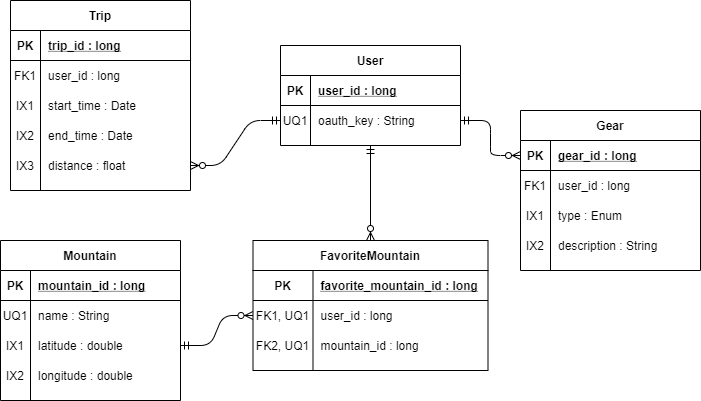
This is docs/img/sno-erd.png from JonahRodriguez281/sno, a draw.io export, as it was before one commit. Source tidied: cells renumbered, new cells last; positions are measured from the earlier drawing's top-left corner, leaving out a move shared by most shapes.
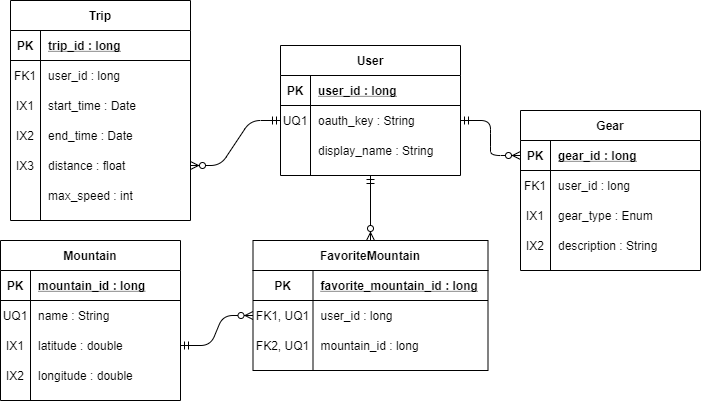
The same diagram one commit later.

Commit message:
Updated ERD/Wireframes

The edit, as a diff of the source:
```diff
@@ -41,10 +41,10 @@
     <mxCell id="14" value="longitude : double" style="shape=partialRectangle;fillColor=none;top=0;left=0;bottom=0;right=0;align=left;spacingLeft=6;overflow=hidden;" parent="12" vertex="1">
       <mxGeometry x="30" width="150" height="30" as="geometry" />
     </mxCell>
-    <mxCell id="15" style="edgeStyle=entityRelationEdgeStyle;fontSize=12;html=1;endArrow=ERzeroToMany;startArrow=ERmandOne;entryX=0;entryY=0.5;entryDx=0;entryDy=0;exitX=1;exitY=0.5;exitDx=0;exitDy=0;" parent="1" edge="1" source="49" target="53">
+    <mxCell id="15" style="edgeStyle=entityRelationEdgeStyle;fontSize=12;html=1;endArrow=ERzeroToMany;startArrow=ERmandOne;entryX=0;entryY=0.5;entryDx=0;entryDy=0;exitX=1;exitY=0.5;exitDx=0;exitDy=0;" parent="1" edge="1" source="52" target="59">
       <mxGeometry relative="1" as="geometry" />
     </mxCell>
-    <mxCell id="16" style="fontSize=12;html=1;endArrow=ERzeroToMany;startArrow=ERmandOne;exitX=0.5;exitY=1;exitDx=0;exitDy=0;entryX=0.5;entryY=0;entryDx=0;entryDy=0;endFill=1;" parent="1" edge="1" source="45" target="18">
+    <mxCell id="16" style="fontSize=12;html=1;endArrow=ERzeroToMany;startArrow=ERmandOne;exitX=0.5;exitY=1;exitDx=0;exitDy=0;entryX=0.5;entryY=0;entryDx=0;entryDy=0;endFill=1;" parent="1" edge="1" source="48" target="18">
       <mxGeometry relative="1" as="geometry" />
     </mxCell>
     <mxCell id="17" style="edgeStyle=entityRelationEdgeStyle;fontSize=12;html=1;endArrow=ERzeroToMany;startArrow=ERmandOne;entryX=0;entryY=0.5;entryDx=0;entryDy=0;exitX=1;exitY=0.5;exitDx=0;exitDy=0;endFill=1;" parent="1" edge="1" source="9" target="22">
@@ -81,7 +81,7 @@
       <mxGeometry x="60" width="175" height="30" as="geometry" />
     </mxCell>
     <mxCell id="28" value="Trip" style="shape=table;startSize=30;rowLines=0;fontStyle=1;align=center;" parent="1" vertex="1">
-      <mxGeometry x="10" width="180" height="190" as="geometry" />
+      <mxGeometry x="10" width="180" height="220" as="geometry" />
     </mxCell>
     <mxCell id="29" style="shape=partialRectangle;fillColor=none;top=0;left=0;bottom=1;right=0;" parent="28" vertex="1">
       <mxGeometry y="30" width="180" height="30" as="geometry" />
@@ -128,68 +128,86 @@
     <mxCell id="43" value="distance : float" style="shape=partialRectangle;fillColor=none;top=0;left=0;bottom=0;right=0;align=left;spacingLeft=6;overflow=hidden;" parent="41" vertex="1">
       <mxGeometry x="30" width="150" height="30" as="geometry" />
     </mxCell>
-    <mxCell id="44" style="edgeStyle=entityRelationEdgeStyle;fontSize=12;html=1;endArrow=ERzeroToMany;startArrow=ERmandOne;exitX=0;exitY=0.5;exitDx=0;exitDy=0;entryX=1;entryY=0.5;entryDx=0;entryDy=0;endFill=1;" parent="1" edge="1" source="49" target="41">
-      <mxGeometry relative="1" as="geometry" />
+    <mxCell id="44" style="shape=partialRectangle;fillColor=none;top=0;left=0;bottom=0;right=0;" parent="28" vertex="1">
+      <mxGeometry y="180" width="180" height="30" as="geometry" />
     </mxCell>
-    <mxCell id="45" value="User" style="shape=table;startSize=30;rowLines=0;fontStyle=1;align=center;" parent="1" vertex="1">
-      <mxGeometry x="280" y="45" width="180" height="100" as="geometry" />
+    <mxCell id="45" style="shape=partialRectangle;fillColor=none;top=0;left=0;bottom=0;right=0;overflow=hidden;" parent="44" vertex="1">
+      <mxGeometry width="30" height="30" as="geometry" />
     </mxCell>
-    <mxCell id="46" style="shape=partialRectangle;fillColor=none;top=0;left=0;bottom=1;right=0;" parent="45" vertex="1">
-      <mxGeometry y="30" width="180" height="30" as="geometry" />
+    <mxCell id="46" value="max_speed : int" style="shape=partialRectangle;fillColor=none;top=0;left=0;bottom=0;right=0;align=left;spacingLeft=6;overflow=hidden;" parent="44" vertex="1">
+      <mxGeometry x="30" width="150" height="30" as="geometry" />
     </mxCell>
-    <mxCell id="47" value="PK" style="shape=partialRectangle;fillColor=none;top=0;left=0;bottom=0;right=0;fontStyle=1;overflow=hidden;" parent="46" vertex="1">
-      <mxGeometry width="30" height="30" as="geometry" />
+    <mxCell id="47" style="edgeStyle=entityRelationEdgeStyle;fontSize=12;html=1;endArrow=ERzeroToMany;startArrow=ERmandOne;exitX=0;exitY=0.5;exitDx=0;exitDy=0;entryX=1;entryY=0.5;entryDx=0;entryDy=0;endFill=1;" parent="1" edge="1" source="52" target="41">
+      <mxGeometry relative="1" as="geometry" />
     </mxCell>
-    <mxCell id="48" value="user_id : long" style="shape=partialRectangle;fillColor=none;top=0;left=0;bottom=0;right=0;align=left;spacingLeft=6;fontStyle=5;overflow=hidden;" parent="46" vertex="1">
-      <mxGeometry x="30" width="150" height="30" as="geometry" />
+    <mxCell id="48" value="User" style="shape=table;startSize=30;rowLines=0;fontStyle=1;align=center;" parent="1" vertex="1">
+      <mxGeometry x="280" y="45" width="180" height="130" as="geometry" />
     </mxCell>
-    <mxCell id="49" style="shape=partialRectangle;fillColor=none;top=0;left=0;bottom=0;right=0;points=[[0,0.5],[1,0.5]];portConstraint=eastwest;" parent="45" vertex="1">
-      <mxGeometry y="60" width="180" height="30" as="geometry" />
+    <mxCell id="49" style="shape=partialRectangle;fillColor=none;top=0;left=0;bottom=1;right=0;points=[[0,0.5],[1,0.5]];portConstraint=eastwest;" parent="48" vertex="1">
+      <mxGeometry y="30" width="180" height="30" as="geometry" />
     </mxCell>
-    <mxCell id="50" value="UQ1" style="shape=partialRectangle;fillColor=none;top=0;left=0;bottom=0;right=0;overflow=hidden;" parent="49" vertex="1">
+    <mxCell id="50" value="PK" style="shape=partialRectangle;fillColor=none;top=0;left=0;bottom=0;right=0;fontStyle=1;overflow=hidden;" parent="49" vertex="1">
       <mxGeometry width="30" height="30" as="geometry" />
     </mxCell>
-    <mxCell id="51" value="oauth_key : String" style="shape=partialRectangle;fillColor=none;top=0;left=0;bottom=0;right=0;align=left;spacingLeft=6;overflow=hidden;" parent="49" vertex="1">
+    <mxCell id="51" value="user_id : long" style="shape=partialRectangle;fillColor=none;top=0;left=0;bottom=0;right=0;align=left;spacingLeft=6;fontStyle=5;overflow=hidden;" parent="49" vertex="1">
       <mxGeometry x="30" width="150" height="30" as="geometry" />
     </mxCell>
-    <mxCell id="52" value="Gear" style="shape=table;startSize=30;rowLines=0;fontStyle=1;align=center;" parent="1" vertex="1">
-      <mxGeometry x="520" y="110" width="180" height="160" as="geometry" />
+    <mxCell id="52" style="shape=partialRectangle;fillColor=none;top=0;left=0;bottom=0;right=0;points=[[0,0.5],[1,0.5]];portConstraint=eastwest;" parent="48" vertex="1">
+      <mxGeometry y="60" width="180" height="30" as="geometry" />
     </mxCell>
-    <mxCell id="53" style="shape=partialRectangle;fillColor=none;top=0;left=0;bottom=1;right=0;points=[[0,0.5],[1,0.5]];portConstraint=eastwest;" parent="52" vertex="1">
-      <mxGeometry y="30" width="180" height="30" as="geometry" />
+    <mxCell id="53" value="UQ1" style="shape=partialRectangle;fillColor=none;top=0;left=0;bottom=0;right=0;overflow=hidden;" parent="52" vertex="1">
+      <mxGeometry width="30" height="30" as="geometry" />
     </mxCell>
-    <mxCell id="54" value="PK" style="shape=partialRectangle;fillColor=none;top=0;left=0;bottom=0;right=0;fontStyle=1;overflow=hidden;" parent="53" vertex="1">
-      <mxGeometry width="30" height="30" as="geometry" />
+    <mxCell id="54" value="oauth_key : String" style="shape=partialRectangle;fillColor=none;top=0;left=0;bottom=0;right=0;align=left;spacingLeft=6;overflow=hidden;" parent="52" vertex="1">
+      <mxGeometry x="30" width="150" height="30" as="geometry" />
     </mxCell>
-    <mxCell id="55" value="gear_id : long" style="shape=partialRectangle;fillColor=none;top=0;left=0;bottom=0;right=0;align=left;spacingLeft=6;fontStyle=5;overflow=hidden;" parent="53" vertex="1">
-      <mxGeometry x="30" width="150" height="30" as="geometry" />
+    <mxCell id="55" style="shape=partialRectangle;fillColor=none;top=0;left=0;bottom=0;right=0;" parent="48" vertex="1">
+      <mxGeometry y="90" width="180" height="30" as="geometry" />
     </mxCell>
-    <mxCell id="56" style="shape=partialRectangle;fillColor=none;top=0;left=0;bottom=0;right=0;" parent="52" vertex="1">
-      <mxGeometry y="60" width="180" height="30" as="geometry" />
+    <mxCell id="56" style="shape=partialRectangle;fillColor=none;top=0;left=0;bottom=0;right=0;overflow=hidden;" parent="55" vertex="1">
+      <mxGeometry width="30" height="30" as="geometry" />
     </mxCell>
-    <mxCell id="57" value="FK1" style="shape=partialRectangle;fillColor=none;top=0;left=0;bottom=0;right=0;overflow=hidden;" parent="56" vertex="1">
-      <mxGeometry width="30" height="30" as="geometry" />
+    <mxCell id="57" value="display_name : String" style="shape=partialRectangle;fillColor=none;top=0;left=0;bottom=0;right=0;align=left;spacingLeft=6;overflow=hidden;" parent="55" vertex="1">
+      <mxGeometry x="30" width="150" height="30" as="geometry" />
     </mxCell>
-    <mxCell id="58" value="user_id : long" style="shape=partialRectangle;fillColor=none;top=0;left=0;bottom=0;right=0;align=left;spacingLeft=6;overflow=hidden;" parent="56" vertex="1">
-      <mxGeometry x="30" width="150" height="30" as="geometry" />
+    <mxCell id="58" value="Gear" style="shape=table;startSize=30;rowLines=0;fontStyle=1;align=center;" parent="1" vertex="1">
+      <mxGeometry x="520" y="110" width="180" height="160" as="geometry" />
     </mxCell>
-    <mxCell id="59" style="shape=partialRectangle;fillColor=none;top=0;left=0;bottom=0;right=0;points=[[0,0.5],[1,0.5]];portConstraint=eastwest;" parent="52" vertex="1">
-      <mxGeometry y="90" width="180" height="30" as="geometry" />
+    <mxCell id="59" style="shape=partialRectangle;fillColor=none;top=0;left=0;bottom=1;right=0;points=[[0,0.5],[1,0.5]];portConstraint=eastwest;" parent="58" vertex="1">
+      <mxGeometry y="30" width="180" height="30" as="geometry" />
     </mxCell>
-    <mxCell id="60" value="IX1" style="shape=partialRectangle;fillColor=none;top=0;left=0;bottom=0;right=0;overflow=hidden;" parent="59" vertex="1">
+    <mxCell id="60" value="PK" style="shape=partialRectangle;fillColor=none;top=0;left=0;bottom=0;right=0;fontStyle=1;overflow=hidden;" parent="59" vertex="1">
       <mxGeometry width="30" height="30" as="geometry" />
     </mxCell>
-    <mxCell id="61" value="type : Enum" style="shape=partialRectangle;fillColor=none;top=0;left=0;bottom=0;right=0;align=left;spacingLeft=6;overflow=hidden;" parent="59" vertex="1">
+    <mxCell id="61" value="gear_id : long" style="shape=partialRectangle;fillColor=none;top=0;left=0;bottom=0;right=0;align=left;spacingLeft=6;fontStyle=5;overflow=hidden;" parent="59" vertex="1">
       <mxGeometry x="30" width="150" height="30" as="geometry" />
     </mxCell>
-    <mxCell id="62" style="shape=partialRectangle;fillColor=none;top=0;left=0;bottom=0;right=0;" parent="52" vertex="1">
-      <mxGeometry y="120" width="180" height="30" as="geometry" />
+    <mxCell id="62" style="shape=partialRectangle;fillColor=none;top=0;left=0;bottom=0;right=0;" parent="58" vertex="1">
+      <mxGeometry y="60" width="180" height="30" as="geometry" />
     </mxCell>
-    <mxCell id="63" value="IX2" style="shape=partialRectangle;fillColor=none;top=0;left=0;bottom=0;right=0;overflow=hidden;" parent="62" vertex="1">
+    <mxCell id="63" value="FK1" style="shape=partialRectangle;fillColor=none;top=0;left=0;bottom=0;right=0;overflow=hidden;" parent="62" vertex="1">
       <mxGeometry width="30" height="30" as="geometry" />
     </mxCell>
-    <mxCell id="64" value="description : String" style="shape=partialRectangle;fillColor=none;top=0;left=0;bottom=0;right=0;align=left;spacingLeft=6;overflow=hidden;" parent="62" vertex="1">
+    <mxCell id="64" value="user_id : long" style="shape=partialRectangle;fillColor=none;top=0;left=0;bottom=0;right=0;align=left;spacingLeft=6;overflow=hidden;" parent="62" vertex="1">
       <mxGeometry x="30" width="150" height="30" as="geometry" />
     </mxCell>
+    <mxCell id="65" style="shape=partialRectangle;fillColor=none;top=0;left=0;bottom=0;right=0;" parent="58" vertex="1">
+      <mxGeometry y="90" width="180" height="30" as="geometry" />
+    </mxCell>
+    <mxCell id="66" value="IX1" style="shape=partialRectangle;fillColor=none;top=0;left=0;bottom=0;right=0;overflow=hidden;" parent="65" vertex="1">
+      <mxGeometry width="30" height="30" as="geometry" />
+    </mxCell>
+    <mxCell id="67" value="gear_type : Enum" style="shape=partialRectangle;fillColor=none;top=0;left=0;bottom=0;right=0;align=left;spacingLeft=6;overflow=hidden;" parent="65" vertex="1">
+      <mxGeometry x="30" width="150" height="30" as="geometry" />
+    </mxCell>
+    <mxCell id="68" style="shape=partialRectangle;fillColor=none;top=0;left=0;bottom=0;right=0;" parent="58" vertex="1">
+      <mxGeometry y="120" width="180" height="30" as="geometry" />
+    </mxCell>
+    <mxCell id="69" value="IX2" style="shape=partialRectangle;fillColor=none;top=0;left=0;bottom=0;right=0;overflow=hidden;" parent="68" vertex="1">
+      <mxGeometry width="30" height="30" as="geometry" />
+    </mxCell>
+    <mxCell id="70" value="description : String" style="shape=partialRectangle;fillColor=none;top=0;left=0;bottom=0;right=0;align=left;spacingLeft=6;overflow=hidden;" parent="68" vertex="1">
+      <mxGeometry x="30" width="150" height="30" as="geometry" />
+    </mxCell>
   </root>
 </mxGraphModel>
```
